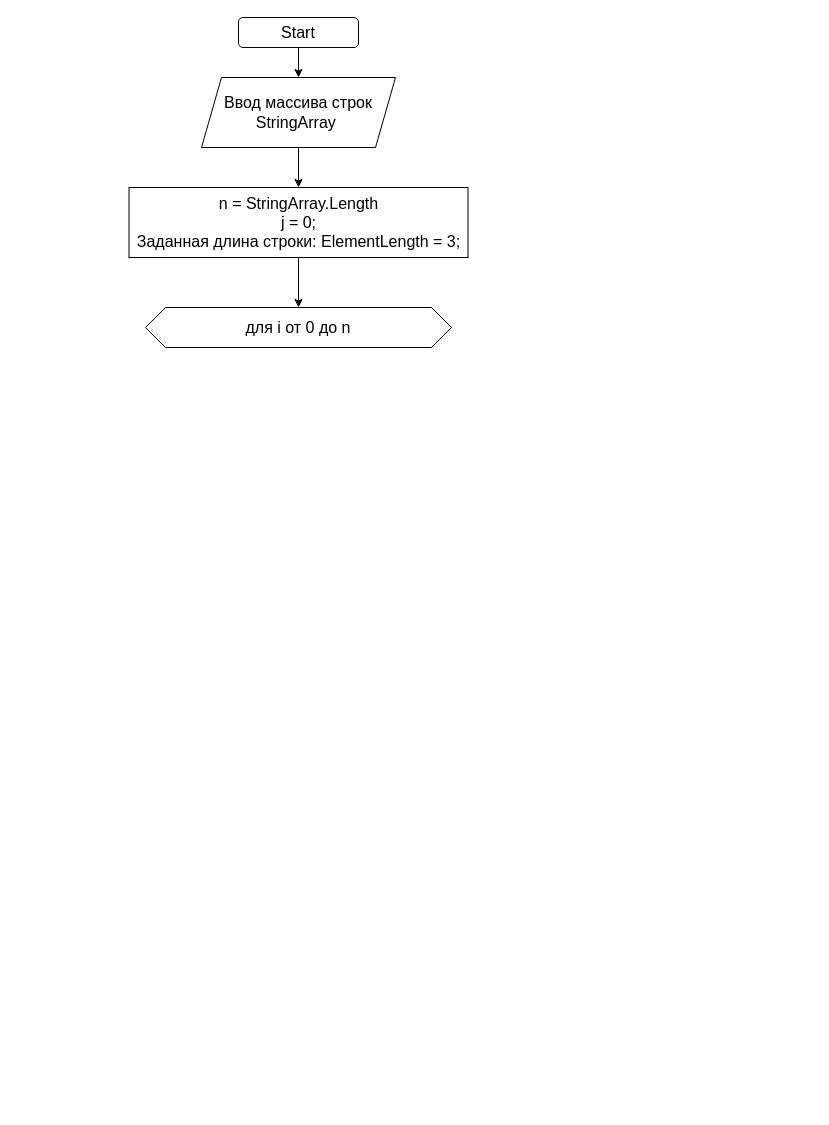
Above: BlockDiagram.drawio in KotegovAlex/SpecializationTest (draw.io), before the change. Source tidied: cells renumbered, new cells numbered last; positions are measured from the earlier drawing's top-left corner, leaving out a move shared by most shapes. Both pictures are drawn from the tidied source at 100%, with x=0, y=0 at pixel (128, 17).
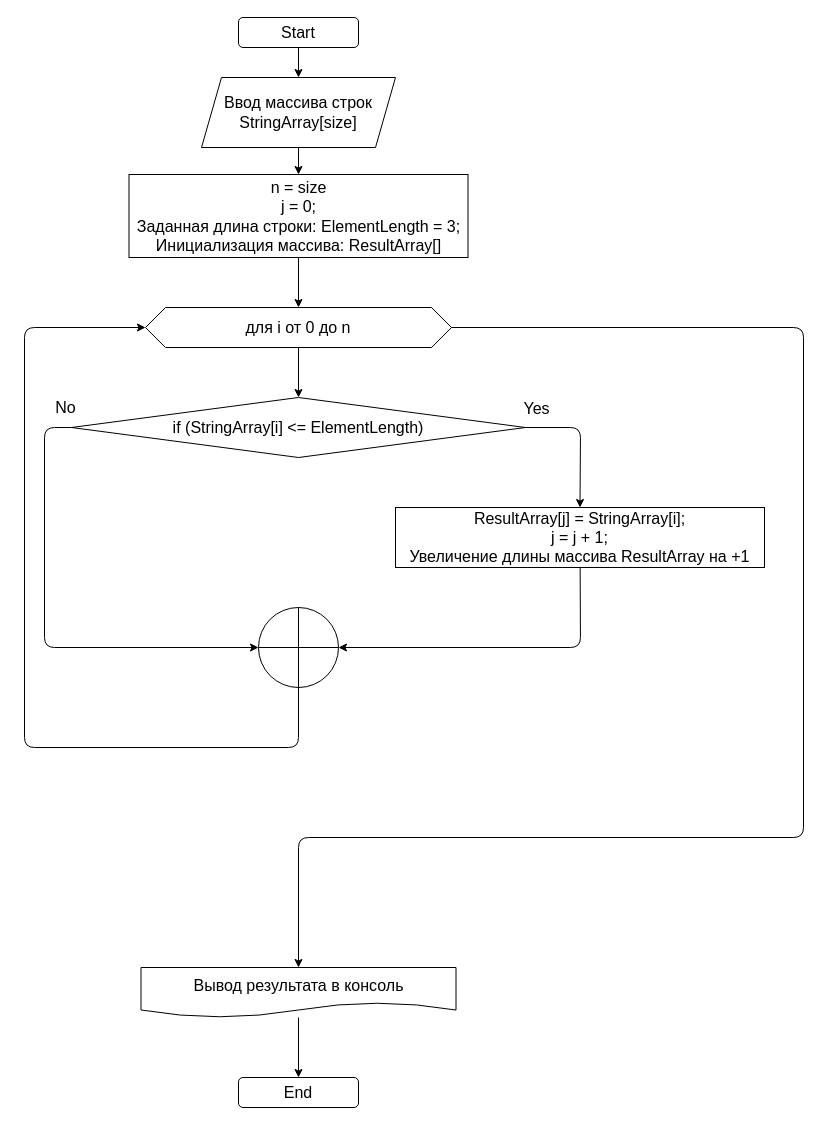
The same page after the edit.

Commit message:
Created block diagram

The change refers to these unchanged cells:
```xml
<mxCell id="8" value="для i от 0 до n" style="shape=hexagon;perimeter=hexagonPerimeter2;whiteSpace=wrap;html=1;fixedSize=1;fontSize=16;" parent="1" vertex="1">
  <mxGeometry x="17" y="290" width="306" height="40" as="geometry" />
</mxCell>
```

What changed in the source:
```diff
@@
-    <mxCell id="5" value="Ввод массива строк&lt;br&gt;StringArray&amp;nbsp;" style="shape=parallelogram;perimeter=parallelogramPerimeter;whiteSpace=wrap;html=1;fixedSize=1;fontSize=16;" parent="1" vertex="1">
+    <mxCell id="5" value="Ввод массива строк&lt;br&gt;StringArray[size]" style="shape=parallelogram;perimeter=parallelogramPerimeter;whiteSpace=wrap;html=1;fixedSize=1;fontSize=16;" parent="1" vertex="1">
       <mxGeometry x="73" y="60" width="194" height="70" as="geometry" />
     </mxCell>
@@
-    <mxCell id="7" value="n = StringArray.Length&lt;br&gt;j = 0;&lt;br&gt;Заданная длина строки: ElementLength = 3;" style="rounded=0;whiteSpace=wrap;html=1;fontSize=16;" parent="1" vertex="1">
-      <mxGeometry x="0.5" y="170" width="339" height="70" as="geometry" />
+    <mxCell id="7" value="n = size&lt;br&gt;j = 0;&lt;br&gt;Заданная длина строки: ElementLength = 3;&lt;br&gt;Инициализация массива: ResultArray[]" style="rounded=0;whiteSpace=wrap;html=1;fontSize=16;" parent="1" vertex="1">
+      <mxGeometry x="0.5" y="157" width="339" height="83" as="geometry" />
     </mxCell>
+    <mxCell id="9" style="edgeStyle=none;html=1;entryX=0.5;entryY=0;entryDx=0;entryDy=0;" parent="1" edge="1" source="8" target="13">
+      <mxGeometry relative="1" as="geometry" />
+    </mxCell>
+    <mxCell id="10" style="edgeStyle=none;html=1;entryX=0.5;entryY=0;entryDx=0;entryDy=0;fontSize=16;" parent="1" edge="1" source="8" target="22">
+      <mxGeometry relative="1" as="geometry">
+        <Array as="points">
+          <mxPoint x="675" y="310" />
+          <mxPoint x="675" y="820" />
+          <mxPoint x="170" y="820" />
+        </Array>
+      </mxGeometry>
+    </mxCell>
@@
+    <mxCell id="11" style="edgeStyle=none;html=1;entryX=0;entryY=0.5;entryDx=0;entryDy=0;fontSize=16;" parent="1" edge="1" source="13" target="19">
+      <mxGeometry relative="1" as="geometry">
+        <Array as="points">
+          <mxPoint x="-84" y="410" />
+          <mxPoint x="-84" y="630" />
+        </Array>
+      </mxGeometry>
+    </mxCell>
+    <mxCell id="12" value="No" style="edgeLabel;html=1;align=center;verticalAlign=middle;fontSize=16;" parent="11" vertex="1">
+      <mxGeometry x="-0.71" y="2" relative="1" as="geometry">
+        <mxPoint x="18" y="-61" as="offset" />
+      </mxGeometry>
+    </mxCell>
+    <mxCell id="13" value="if (StringArray[i] &amp;lt;= ElementLength)" style="rhombus;whiteSpace=wrap;html=1;strokeWidth=1;fontSize=16;" parent="1" vertex="1">
+      <mxGeometry x="-57" y="380" width="454" height="60" as="geometry" />
+    </mxCell>
+    <mxCell id="14" style="edgeStyle=none;html=1;entryX=1;entryY=0.5;entryDx=0;entryDy=0;fontSize=16;" parent="1" edge="1" source="15" target="19">
+      <mxGeometry relative="1" as="geometry">
+        <Array as="points">
+          <mxPoint x="452" y="630" />
+        </Array>
+      </mxGeometry>
+    </mxCell>
+    <mxCell id="15" value="ResultArray[j] = StringArray[i];&lt;br&gt;j = j + 1;&lt;br&gt;Увеличение длины массива ResultArray на +1" style="rounded=0;whiteSpace=wrap;html=1;fontSize=16;strokeWidth=1;" parent="1" vertex="1">
+      <mxGeometry x="267" y="490" width="369" height="60" as="geometry" />
+    </mxCell>
+    <mxCell id="16" style="endArrow=classic;html=1;fontSize=16;exitX=1;exitY=0.5;exitDx=0;exitDy=0;entryX=0.5;entryY=0;entryDx=0;entryDy=0;" parent="1" edge="1" source="13" target="15">
+      <mxGeometry relative="1" as="geometry">
+        <Array as="points">
+          <mxPoint x="452" y="410" />
+        </Array>
+      </mxGeometry>
+    </mxCell>
+    <mxCell id="17" value="Yes" style="edgeLabel;html=1;align=center;verticalAlign=middle;fontSize=16;" parent="16" vertex="1">
+      <mxGeometry x="-0.68" y="1" relative="1" as="geometry">
+        <mxPoint x="-12" y="-19" as="offset" />
+      </mxGeometry>
+    </mxCell>
+    <mxCell id="18" style="edgeStyle=none;html=1;entryX=0;entryY=0.5;entryDx=0;entryDy=0;fontSize=16;" parent="1" edge="1" source="19" target="8">
+      <mxGeometry relative="1" as="geometry">
+        <Array as="points">
+          <mxPoint x="170" y="730" />
+          <mxPoint x="-104" y="730" />
+          <mxPoint x="-104" y="310" />
+        </Array>
+      </mxGeometry>
+    </mxCell>
+    <mxCell id="19" style="shape=orEllipse;perimeter=ellipsePerimeter;whiteSpace=wrap;html=1;backgroundOutline=1;fontSize=16;strokeWidth=1;" parent="1" vertex="1">
+      <mxGeometry x="130" y="590" width="80" height="80" as="geometry" />
+    </mxCell>
+    <mxCell id="20" value="&lt;font style=&quot;font-size: 16px&quot;&gt;End&lt;/font&gt;" style="rounded=1;whiteSpace=wrap;html=1;" parent="1" vertex="1">
+      <mxGeometry x="110" y="1060" width="120" height="30" as="geometry" />
+    </mxCell>
+    <mxCell id="21" style="edgeStyle=none;html=1;entryX=0.5;entryY=0;entryDx=0;entryDy=0;fontSize=16;" parent="1" edge="1" source="22" target="20">
+      <mxGeometry relative="1" as="geometry" />
+    </mxCell>
+    <mxCell id="22" value="&lt;font style=&quot;font-size: 16px&quot;&gt;Вывод результата в консоль&lt;/font&gt;" style="shape=document;whiteSpace=wrap;html=1;boundedLbl=1;" parent="1" vertex="1">
+      <mxGeometry x="12.5" y="950" width="315" height="50" as="geometry" />
+    </mxCell>
```
